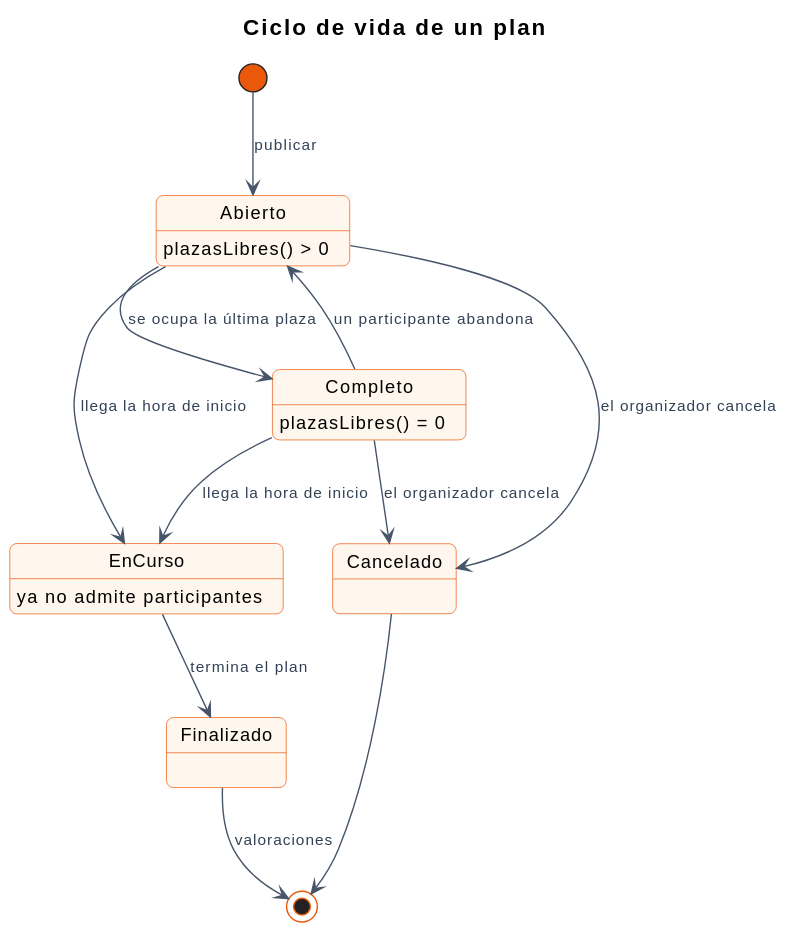
Above: diagramas/estados/04-estados-plan.svg in chabelly-lbetancourt/oneleft-docs (PlantUML), before the change.
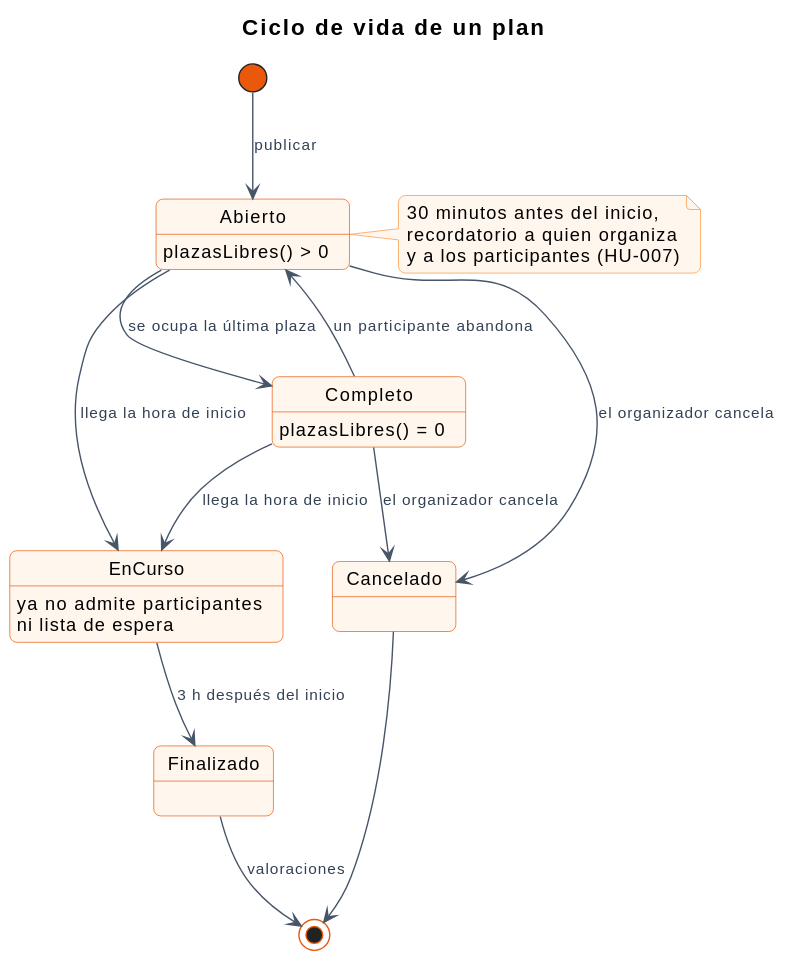
The same file after the commit.

Commit message:
docs: HU-007 expiry and reminder: entry 25, state and reminder diagrams #71

What changed in the source:
```diff
@@ -1,5 +1,5 @@
 @startuml
-!include estilo.iuml
+!include ../../estilo.iuml
 title Ciclo de vida de un plan
 
 [*] --> Abierto : publicar
@@ -10,12 +10,17 @@
 Completo --> EnCurso : llega la hora de inicio
 Abierto --> Cancelado : el organizador cancela
 Completo --> Cancelado : el organizador cancela
-EnCurso --> Finalizado : termina el plan
+EnCurso --> Finalizado : 3 h después del inicio
 
 Finalizado --> [*] : valoraciones
 Cancelado --> [*]
 
-state EnCurso : ya no admite participantes
+state EnCurso : ya no admite participantes\nni lista de espera
 state Abierto : plazasLibres() > 0
 state Completo : plazasLibres() = 0
+note right of Abierto
+  30 minutos antes del inicio,
+  recordatorio a quien organiza
+  y a los participantes (HU-007)
+end note
 @enduml
```
